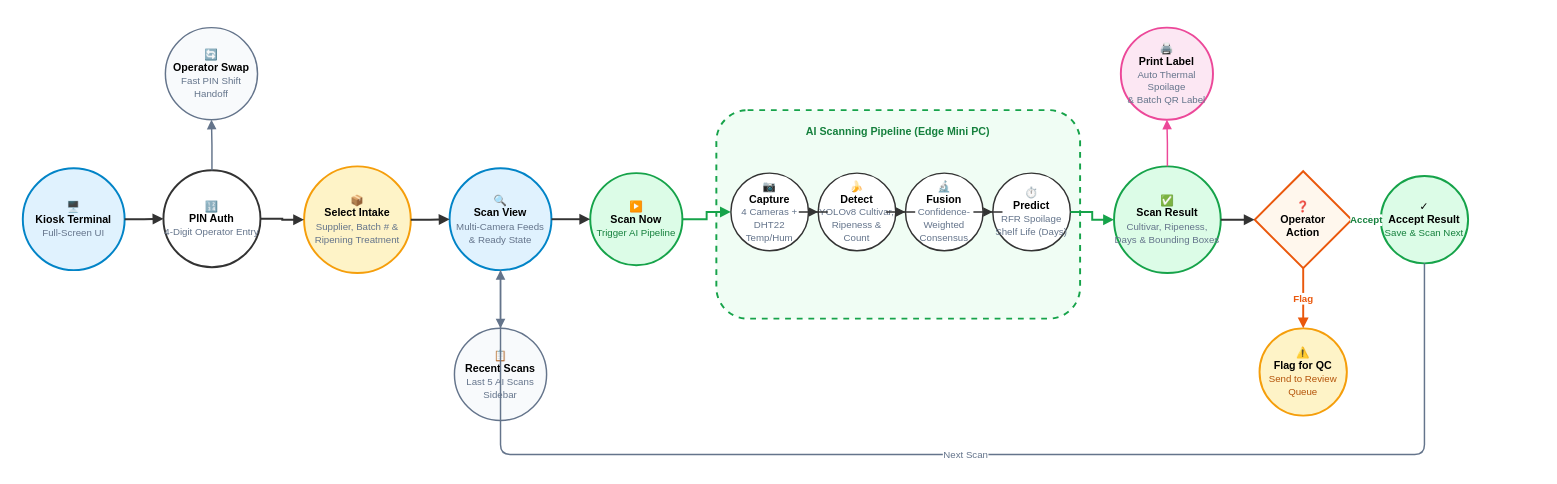
Above: docs/bananavision-docs/docs/workflows/workflow_kiosk.drawio in BlackShark404/BananaVision (draw.io), before the change. Source tidied: cells renumbered, new cells numbered last; positions are measured from the earlier drawing's top-left corner, leaving out a move shared by most shapes. Both pictures are drawn from the tidied source at 97%, with x=0, y=0 at pixel (22, 27).
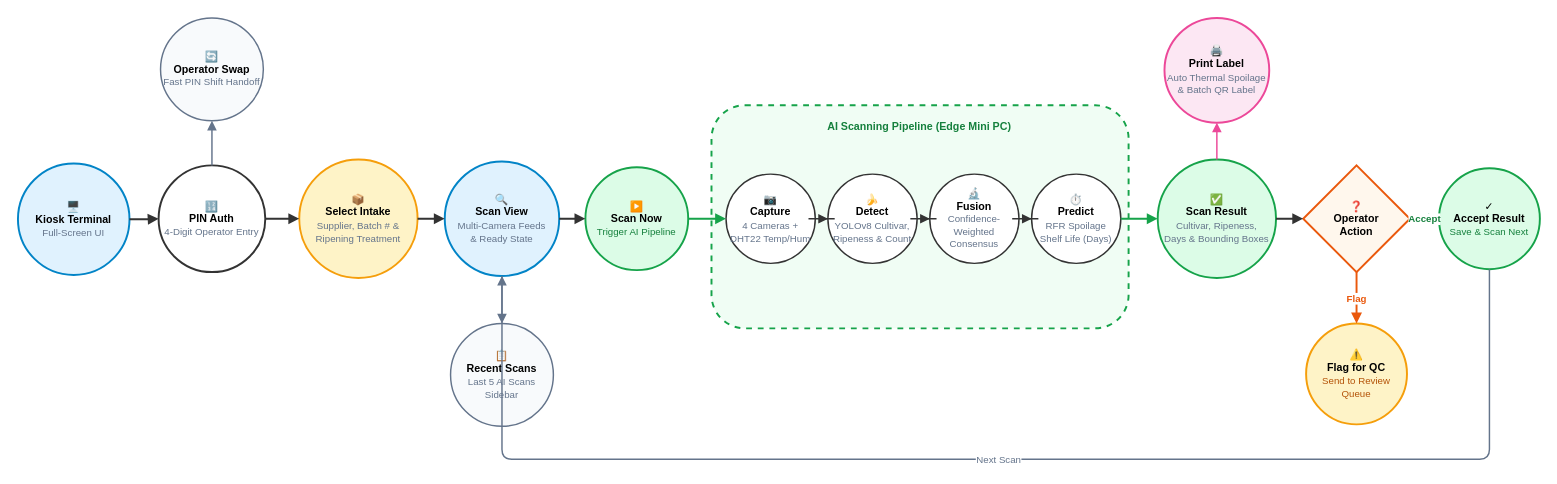
The same page after the edit.

Commit message (it also covers changes not shown here):
docs: update IoT and workflow diagram layouts and node dimensions

What changed in the source:
```diff
@@
-    <mxCell id="2" value="🖥️&lt;br&gt;&lt;b&gt;Kiosk Terminal&lt;/b&gt;&lt;br&gt;&lt;font color=&quot;#64748b&quot; style=&quot;font-size: 10px;&quot;&gt;Full-Screen UI&lt;/font&gt;" style="ellipse;whiteSpace=wrap;html=1;fillColor=#e0f2fe;strokeColor=#0284c7;strokeWidth=2;fontSize=11;fontStyle=0;" parent="1" vertex="1">
-      <mxGeometry y="145" width="105" height="105" as="geometry" />
+    <mxCell id="2" value="🖥️&lt;br&gt;&lt;b&gt;Kiosk Terminal&lt;/b&gt;&lt;br&gt;&lt;font color=&quot;#64748b&quot; style=&quot;font-size: 10px;&quot;&gt;Full-Screen UI&lt;/font&gt;" style="ellipse;whiteSpace=wrap;html=1;fillColor=#e0f2fe;strokeColor=#0284c7;strokeWidth=2;fontSize=11;spacing=2;" parent="1" vertex="1">
+      <mxGeometry x="-5" y="140" width="115" height="115" as="geometry" />
     </mxCell>
-    <mxCell id="3" value="🔢&lt;br&gt;&lt;b&gt;PIN Auth&lt;/b&gt;&lt;br&gt;&lt;font color=&quot;#64748b&quot; style=&quot;font-size: 10px;&quot;&gt;4-Digit Operator Entry&lt;/font&gt;" style="ellipse;whiteSpace=wrap;html=1;fillColor=#ffffff;strokeColor=#333333;strokeWidth=2;fontSize=11;" parent="1" vertex="1">
-      <mxGeometry x="145" y="147" width="100" height="100" as="geometry" />
+    <mxCell id="3" value="🔢&lt;br&gt;&lt;b&gt;PIN Auth&lt;/b&gt;&lt;br&gt;&lt;font color=&quot;#64748b&quot; style=&quot;font-size: 10px;&quot;&gt;4-Digit Operator Entry&lt;/font&gt;" style="ellipse;whiteSpace=wrap;html=1;fillColor=#ffffff;strokeColor=#333333;strokeWidth=2;fontSize=11;spacing=2;" parent="1" vertex="1">
+      <mxGeometry x="140" y="142" width="110" height="110" as="geometry" />
     </mxCell>
-    <mxCell id="4" value="🔄&lt;br&gt;&lt;b&gt;Operator Swap&lt;/b&gt;&lt;br&gt;&lt;font color=&quot;#64748b&quot; style=&quot;font-size: 10px;&quot;&gt;Fast PIN Shift Handoff&lt;/font&gt;" style="ellipse;whiteSpace=wrap;html=1;fillColor=#f8fafc;strokeColor=#64748b;strokeWidth=1.5;strokeDasharray=4 4;fontSize=11;" parent="1" vertex="1">
-      <mxGeometry x="147" width="95" height="95" as="geometry" />
+    <mxCell id="4" value="🔄&lt;br&gt;&lt;b&gt;Operator Swap&lt;/b&gt;&lt;br&gt;&lt;font color=&quot;#64748b&quot; style=&quot;font-size: 10px;&quot;&gt;Fast PIN Shift Handoff&lt;/font&gt;" style="ellipse;whiteSpace=wrap;html=1;fillColor=#f8fafc;strokeColor=#64748b;strokeWidth=1.5;strokeDasharray=4 4;fontSize=11;spacing=2;" parent="1" vertex="1">
+      <mxGeometry x="142" y="-10" width="106" height="106" as="geometry" />
     </mxCell>
-    <mxCell id="5" value="📦&lt;br&gt;&lt;b&gt;Select Intake&lt;/b&gt;&lt;br&gt;&lt;font color=&quot;#64748b&quot; style=&quot;font-size: 10px;&quot;&gt;Supplier, Batch # &amp;amp;&lt;br&gt;Ripening Treatment&lt;/font&gt;" style="ellipse;whiteSpace=wrap;html=1;fillColor=#fef3c7;strokeColor=#f59e0b;strokeWidth=2;fontSize=11;" parent="1" vertex="1">
-      <mxGeometry x="290" y="143" width="110" height="110" as="geometry" />
+    <mxCell id="5" value="📦&lt;br&gt;&lt;b&gt;Select Intake&lt;/b&gt;&lt;br&gt;&lt;font color=&quot;#64748b&quot; style=&quot;font-size: 10px;&quot;&gt;Supplier, Batch # &amp;amp;&lt;br&gt;Ripening Treatment&lt;/font&gt;" style="ellipse;whiteSpace=wrap;html=1;fillColor=#fef3c7;strokeColor=#f59e0b;strokeWidth=2;fontSize=11;spacing=3;" parent="1" vertex="1">
+      <mxGeometry x="285" y="136" width="122" height="122" as="geometry" />
     </mxCell>
-    <mxCell id="6" value="🔍&lt;br&gt;&lt;b&gt;Scan View&lt;/b&gt;&lt;br&gt;&lt;font color=&quot;#64748b&quot; style=&quot;font-size: 10px;&quot;&gt;Multi-Camera Feeds&lt;br&gt;&amp;amp; Ready State&lt;/font&gt;" style="ellipse;whiteSpace=wrap;html=1;fillColor=#e0f2fe;strokeColor=#0284c7;strokeWidth=2;fontSize=11;" parent="1" vertex="1">
-      <mxGeometry x="440" y="145" width="105" height="105" as="geometry" />
+    <mxCell id="6" value="🔍&lt;br&gt;&lt;b&gt;Scan View&lt;/b&gt;&lt;br&gt;&lt;font color=&quot;#64748b&quot; style=&quot;font-size: 10px;&quot;&gt;Multi-Camera Feeds&lt;br&gt;&amp;amp; Ready State&lt;/font&gt;" style="ellipse;whiteSpace=wrap;html=1;fillColor=#e0f2fe;strokeColor=#0284c7;strokeWidth=2;fontSize=11;spacing=3;" parent="1" vertex="1">
+      <mxGeometry x="435" y="138" width="118" height="118" as="geometry" />
     </mxCell>
-    <mxCell id="7" value="📋&lt;br&gt;&lt;b&gt;Recent Scans&lt;/b&gt;&lt;br&gt;&lt;font color=&quot;#64748b&quot; style=&quot;font-size: 10px;&quot;&gt;Last 5 AI Scans Sidebar&lt;/font&gt;" style="ellipse;whiteSpace=wrap;html=1;fillColor=#f8fafc;strokeColor=#64748b;strokeWidth=1.5;strokeDasharray=4 4;fontSize=11;" parent="1" vertex="1">
-      <mxGeometry x="445" y="310" width="95" height="95" as="geometry" />
+    <mxCell id="7" value="📋&lt;br&gt;&lt;b&gt;Recent Scans&lt;/b&gt;&lt;br&gt;&lt;font color=&quot;#64748b&quot; style=&quot;font-size: 10px;&quot;&gt;Last 5 AI Scans Sidebar&lt;/font&gt;" style="ellipse;whiteSpace=wrap;html=1;fillColor=#f8fafc;strokeColor=#64748b;strokeWidth=1.5;strokeDasharray=4 4;fontSize=11;spacing=2;" parent="1" vertex="1">
+      <mxGeometry x="441" y="305" width="106" height="106" as="geometry" />
     </mxCell>
-    <mxCell id="8" value="▶️&lt;br&gt;&lt;b&gt;Scan Now&lt;/b&gt;&lt;br&gt;&lt;font color=&quot;#15803d&quot; style=&quot;font-size: 10px;&quot;&gt;Trigger AI Pipeline&lt;/font&gt;" style="ellipse;whiteSpace=wrap;html=1;fillColor=#dcfce7;strokeColor=#16a34a;strokeWidth=2;fontSize=11;" parent="1" vertex="1">
-      <mxGeometry x="585" y="150" width="95" height="95" as="geometry" />
+    <mxCell id="8" value="▶️&lt;br&gt;&lt;b&gt;Scan Now&lt;/b&gt;&lt;br&gt;&lt;font color=&quot;#15803d&quot; style=&quot;font-size: 10px;&quot;&gt;Trigger AI Pipeline&lt;/font&gt;" style="ellipse;whiteSpace=wrap;html=1;fillColor=#dcfce7;strokeColor=#16a34a;strokeWidth=2;fontSize=11;spacing=2;" parent="1" vertex="1">
+      <mxGeometry x="580" y="144" width="106" height="106" as="geometry" />
     </mxCell>
     <mxCell id="9" style="rounded=1;whiteSpace=wrap;html=1;fillColor=#f0fdf4;strokeColor=#16a34a;strokeWidth=2;dashed=1;" parent="1" vertex="1">
-      <mxGeometry x="715" y="85" width="375" height="215" as="geometry" />
+      <mxGeometry x="710" y="80" width="430" height="230" as="geometry" />
     </mxCell>
     <mxCell id="10" value="&lt;b&gt;AI Scanning Pipeline (Edge Mini PC)&lt;/b&gt;" style="text;html=1;align=center;verticalAlign=middle;whiteSpace=wrap;rounded=0;fontSize=11;fontColor=#15803d;" parent="1" vertex="1">
-      <mxGeometry x="760" y="97" width="285" height="20" as="geometry" />
+      <mxGeometry x="782" y="92" width="285" height="20" as="geometry" />
     </mxCell>
-    <mxCell id="11" value="📷&lt;br&gt;&lt;b&gt;Capture&lt;/b&gt;&lt;br&gt;&lt;font color=&quot;#64748b&quot; style=&quot;font-size: 10px;&quot;&gt;4 Cameras +&lt;br&gt;DHT22 Temp/Hum&lt;/font&gt;" style="ellipse;whiteSpace=wrap;html=1;fillColor=#ffffff;strokeColor=#333333;strokeWidth=1.5;fontSize=11;" parent="1" vertex="1">
-      <mxGeometry x="730" y="150" width="80" height="80" as="geometry" />
+    <mxCell id="11" value="📷&lt;br&gt;&lt;b&gt;Capture&lt;/b&gt;&lt;br&gt;&lt;font color=&quot;#64748b&quot; style=&quot;font-size: 10px;&quot;&gt;4 Cameras +&lt;br&gt;DHT22 Temp/Hum&lt;/font&gt;" style="ellipse;whiteSpace=wrap;html=1;fillColor=#ffffff;strokeColor=#333333;strokeWidth=1.5;fontSize=11;spacing=2;" parent="1" vertex="1">
+      <mxGeometry x="725" y="151" width="92" height="92" as="geometry" />
     </mxCell>
-    <mxCell id="12" value="🍌&lt;br&gt;&lt;b&gt;Detect&lt;/b&gt;&lt;br&gt;&lt;font color=&quot;#64748b&quot; style=&quot;font-size: 10px;&quot;&gt;YOLOv8 Cultivar,&lt;br&gt;Ripeness &amp;amp; Count&lt;/font&gt;" style="ellipse;whiteSpace=wrap;html=1;fillColor=#ffffff;strokeColor=#333333;strokeWidth=1.5;fontSize=11;" parent="1" vertex="1">
-      <mxGeometry x="820" y="150" width="80" height="80" as="geometry" />
+    <mxCell id="12" value="🍌&lt;br&gt;&lt;b&gt;Detect&lt;/b&gt;&lt;br&gt;&lt;font color=&quot;#64748b&quot; style=&quot;font-size: 10px;&quot;&gt;YOLOv8 Cultivar,&lt;br&gt;Ripeness &amp;amp; Count&lt;/font&gt;" style="ellipse;whiteSpace=wrap;html=1;fillColor=#ffffff;strokeColor=#333333;strokeWidth=1.5;fontSize=11;spacing=2;" parent="1" vertex="1">
+      <mxGeometry x="830" y="151" width="92" height="92" as="geometry" />
     </mxCell>
-    <mxCell id="13" value="🔬&lt;br&gt;&lt;b&gt;Fusion&lt;/b&gt;&lt;br&gt;&lt;font color=&quot;#64748b&quot; style=&quot;font-size: 10px;&quot;&gt;Confidence-&lt;br&gt;Weighted Consensus&lt;/font&gt;" style="ellipse;whiteSpace=wrap;html=1;fillColor=#ffffff;strokeColor=#333333;strokeWidth=1.5;fontSize=11;" parent="1" vertex="1">
-      <mxGeometry x="910" y="150" width="80" height="80" as="geometry" />
+    <mxCell id="13" value="🔬&lt;br&gt;&lt;b&gt;Fusion&lt;/b&gt;&lt;br&gt;&lt;font color=&quot;#64748b&quot; style=&quot;font-size: 10px;&quot;&gt;Confidence-&lt;br&gt;Weighted Consensus&lt;/font&gt;" style="ellipse;whiteSpace=wrap;html=1;fillColor=#ffffff;strokeColor=#333333;strokeWidth=1.5;fontSize=11;spacing=2;" parent="1" vertex="1">
+      <mxGeometry x="935" y="151" width="92" height="92" as="geometry" />
     </mxCell>
-    <mxCell id="14" value="⏱️&lt;br&gt;&lt;b&gt;Predict&lt;/b&gt;&lt;br&gt;&lt;font color=&quot;#64748b&quot; style=&quot;font-size: 10px;&quot;&gt;RFR Spoilage&lt;br&gt;Shelf Life (Days)&lt;/font&gt;" style="ellipse;whiteSpace=wrap;html=1;fillColor=#ffffff;strokeColor=#333333;strokeWidth=1.5;fontSize=11;" parent="1" vertex="1">
-      <mxGeometry x="1000" y="150" width="80" height="80" as="geometry" />
+    <mxCell id="14" value="⏱️&lt;br&gt;&lt;b&gt;Predict&lt;/b&gt;&lt;br&gt;&lt;font color=&quot;#64748b&quot; style=&quot;font-size: 10px;&quot;&gt;RFR Spoilage&lt;br&gt;Shelf Life (Days)&lt;/font&gt;" style="ellipse;whiteSpace=wrap;html=1;fillColor=#ffffff;strokeColor=#333333;strokeWidth=1.5;fontSize=11;spacing=2;" parent="1" vertex="1">
+      <mxGeometry x="1040" y="151" width="92" height="92" as="geometry" />
     </mxCell>
-    <mxCell id="15" value="✅&lt;br&gt;&lt;b&gt;Scan Result&lt;/b&gt;&lt;br&gt;&lt;font color=&quot;#64748b&quot; style=&quot;font-size: 10px;&quot;&gt;Cultivar, Ripeness,&lt;br&gt;Days &amp;amp; Bounding Boxes&lt;/font&gt;" style="ellipse;whiteSpace=wrap;html=1;fillColor=#dcfce7;strokeColor=#16a34a;strokeWidth=2;fontSize=11;" parent="1" vertex="1">
-      <mxGeometry x="1125" y="143" width="110" height="110" as="geometry" />
+    <mxCell id="15" value="✅&lt;br&gt;&lt;b&gt;Scan Result&lt;/b&gt;&lt;br&gt;&lt;font color=&quot;#64748b&quot; style=&quot;font-size: 10px;&quot;&gt;Cultivar, Ripeness,&lt;br&gt;Days &amp;amp; Bounding Boxes&lt;/font&gt;" style="ellipse;whiteSpace=wrap;html=1;fillColor=#dcfce7;strokeColor=#16a34a;strokeWidth=2;fontSize=11;spacing=3;" parent="1" vertex="1">
+      <mxGeometry x="1170" y="136" width="122" height="122" as="geometry" />
     </mxCell>
-    <mxCell id="16" value="🖨️&lt;br&gt;&lt;b&gt;Print Label&lt;/b&gt;&lt;br&gt;&lt;font color=&quot;#64748b&quot; style=&quot;font-size: 10px;&quot;&gt;Auto Thermal Spoilage&lt;br&gt;&amp;amp; Batch QR Label&lt;/font&gt;" style="ellipse;whiteSpace=wrap;html=1;fillColor=#fce7f3;strokeColor=#ec4899;strokeWidth=2;fontSize=11;" parent="1" vertex="1">
-      <mxGeometry x="1132" width="95" height="95" as="geometry" />
+    <mxCell id="16" value="🖨️&lt;br&gt;&lt;b&gt;Print Label&lt;/b&gt;&lt;br&gt;&lt;font color=&quot;#64748b&quot; style=&quot;font-size: 10px;&quot;&gt;Auto Thermal Spoilage&lt;br&gt;&amp;amp; Batch QR Label&lt;/font&gt;" style="ellipse;whiteSpace=wrap;html=1;fillColor=#fce7f3;strokeColor=#ec4899;strokeWidth=2;fontSize=11;spacing=2;" parent="1" vertex="1">
+      <mxGeometry x="1177" y="-10" width="108" height="108" as="geometry" />
     </mxCell>
     <mxCell id="17" value="❓&lt;br&gt;&lt;b&gt;Operator&lt;br&gt;Action&lt;/b&gt;" style="rhombus;whiteSpace=wrap;html=1;fillColor=#fff7ed;strokeColor=#ea580c;strokeWidth=2;fontSize=11;fontStyle=1;" parent="1" vertex="1">
-      <mxGeometry x="1270" y="148" width="100" height="100" as="geometry" />
+      <mxGeometry x="1320" y="142" width="110" height="110" as="geometry" />
     </mxCell>
-    <mxCell id="18" value="✓&lt;br&gt;&lt;b&gt;Accept Result&lt;/b&gt;&lt;br&gt;&lt;font color=&quot;#15803d&quot; style=&quot;font-size: 10px;&quot;&gt;Save &amp;amp; Scan Next&lt;/font&gt;" style="ellipse;whiteSpace=wrap;html=1;fillColor=#dcfce7;strokeColor=#16a34a;strokeWidth=2;fontSize=11;" parent="1" vertex="1">
-      <mxGeometry x="1400" y="153" width="90" height="90" as="geometry" />
+    <mxCell id="18" value="✓&lt;br&gt;&lt;b&gt;Accept Result&lt;/b&gt;&lt;br&gt;&lt;font color=&quot;#15803d&quot; style=&quot;font-size: 10px;&quot;&gt;Save &amp;amp; Scan Next&lt;/font&gt;" style="ellipse;whiteSpace=wrap;html=1;fillColor=#dcfce7;strokeColor=#16a34a;strokeWidth=2;fontSize=11;spacing=2;" parent="1" vertex="1">
+      <mxGeometry x="1460" y="145" width="104" height="104" as="geometry" />
     </mxCell>
-    <mxCell id="19" value="⚠️&lt;br&gt;&lt;b&gt;Flag for QC&lt;/b&gt;&lt;br&gt;&lt;font color=&quot;#b45309&quot; style=&quot;font-size: 10px;&quot;&gt;Send to Review Queue&lt;/font&gt;" style="ellipse;whiteSpace=wrap;html=1;fillColor=#fef3c7;strokeColor=#f59e0b;strokeWidth=2;fontSize=11;" parent="1" vertex="1">
-      <mxGeometry x="1275" y="310" width="90" height="90" as="geometry" />
+    <mxCell id="19" value="⚠️&lt;br&gt;&lt;b&gt;Flag for QC&lt;/b&gt;&lt;br&gt;&lt;font color=&quot;#b45309&quot; style=&quot;font-size: 10px;&quot;&gt;Send to Review Queue&lt;/font&gt;" style="ellipse;whiteSpace=wrap;html=1;fillColor=#fef3c7;strokeColor=#f59e0b;strokeWidth=2;fontSize=11;spacing=2;" parent="1" vertex="1">
+      <mxGeometry x="1323" y="305" width="104" height="104" as="geometry" />
     </mxCell>
@@
     <mxCell id="35" value="Next Scan" style="edgeStyle=orthogonalEdgeStyle;rounded=1;jettySize=auto;html=1;strokeWidth=1.5;strokeColor=#64748b;strokeDasharray=4 4;endArrow=block;endFill=1;fontSize=10;fontColor=#64748b;exitX=0.5;exitY=1;exitDx=0;exitDy=0;entryX=0.5;entryY=1;entryDx=0;entryDy=0;" parent="1" edge="1" source="18" target="6">
       <mxGeometry relative="1" as="geometry">
         <Array as="points">
-          <mxPoint x="1445" y="440" />
-          <mxPoint x="492" y="440" />
+          <mxPoint x="1512" y="445" />
+          <mxPoint x="494" y="445" />
         </Array>
       </mxGeometry>
     </mxCell>
```
